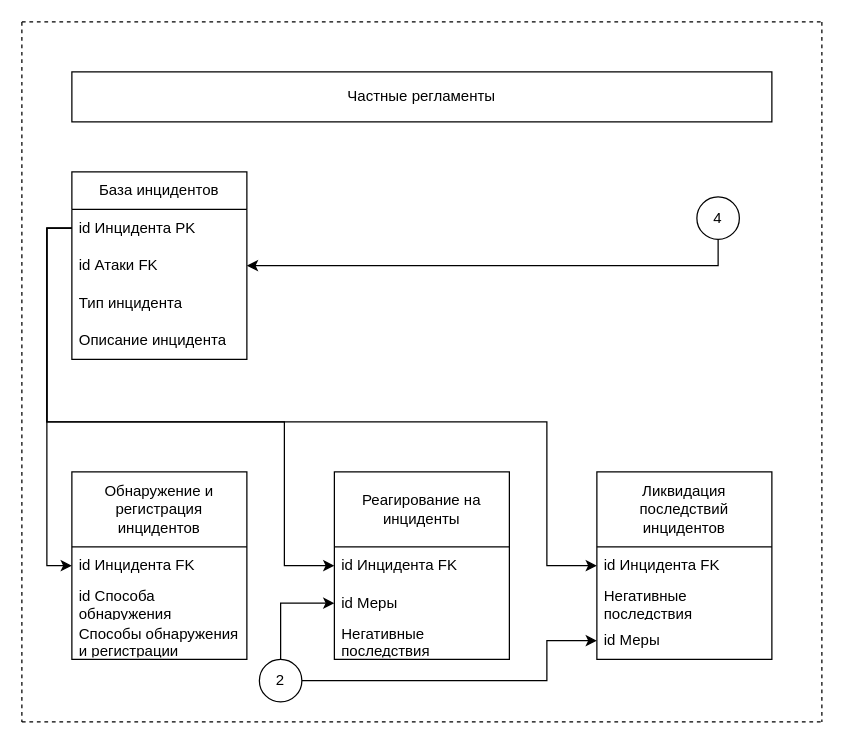
Earlier version of the draw.io diagram Частные регламенты.drawio (SmirnovBogdan8/Diplom). Source tidied: cells renumbered, new cells numbered last; positions are measured from the earlier drawing's top-left corner, leaving out a move shared by most shapes. Both pictures are drawn from the tidied source at 125%, with x=0, y=0 at pixel (21, 21).
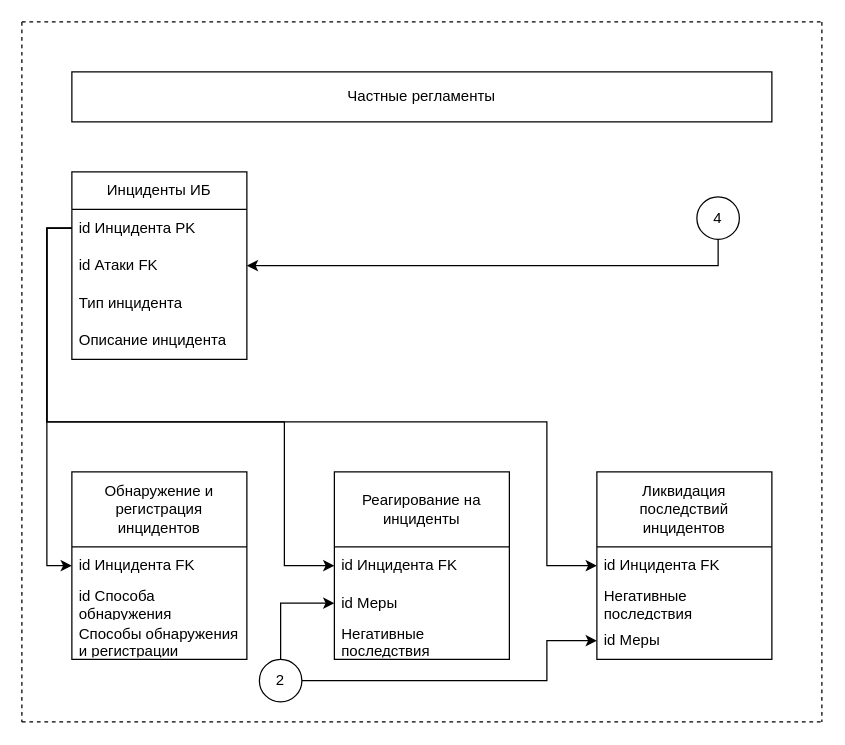
Above is the later version.

What changed in the source:
```diff
@@
-    <mxCell id="11" value="База инцидентов" style="swimlane;fontStyle=0;horizontal=1;startSize=30;whiteSpace=wrap;html=1;" parent="1" vertex="1">
+    <mxCell id="11" value="Инциденты ИБ" style="swimlane;fontStyle=0;horizontal=1;startSize=30;whiteSpace=wrap;html=1;" parent="1" vertex="1">
       <mxGeometry x="40" y="120" width="140" height="150" as="geometry" />
     </mxCell>
```
